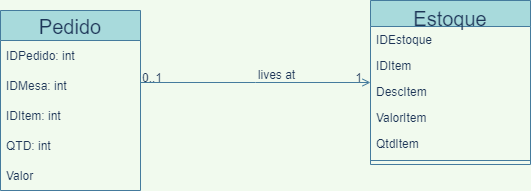
Above: Diagrama de Classe Estoque.drawio.png in hinname/project-Restaurant (draw.io), before the change. Source tidied: cells renumbered, new cells last; positions are measured from the earlier drawing's top-left corner, leaving out a move shared by most shapes.
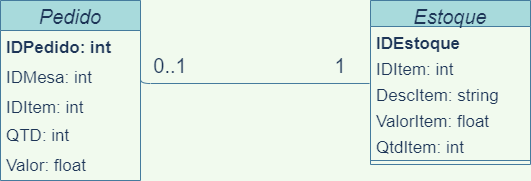
Later version of the same file.

Diff of the diagram source:
```diff
@@ -2,65 +2,57 @@
   <root>
     <mxCell id="0" />
     <mxCell id="1" parent="0" />
-    <mxCell id="2" value="Estoque" style="swimlane;fontStyle=0;align=center;verticalAlign=top;horizontal=1;startSize=26;rounded=0;shadow=0;strokeWidth=1;fontSize=20;fillColor=#A8DADC;strokeColor=#457B9D;fontColor=#1D3557;" parent="1" vertex="1">
-      <mxGeometry x="370" width="160" height="164" as="geometry" />
+    <mxCell id="2" value="Estoque" style="swimlane;fontStyle=2;align=center;verticalAlign=top;horizontal=1;startSize=26;rounded=0;shadow=0;strokeWidth=1;fontSize=20;fillColor=#A8DADC;strokeColor=#457B9D;fontColor=#1D3557;spacingLeft=0;spacingTop=0;spacing=0;" parent="1" vertex="1">
+      <mxGeometry x="370" y="10" width="160" height="164" as="geometry" />
     </mxCell>
-    <mxCell id="3" value="IDEstoque" style="text;align=left;verticalAlign=top;spacingLeft=4;spacingRight=4;overflow=hidden;fontColor=#1D3557;" parent="2" vertex="1">
+    <mxCell id="3" value="IDEstoque" style="text;align=left;verticalAlign=top;spacingLeft=4;spacingRight=4;overflow=hidden;fontColor=#1D3557;fontSize=17;fontStyle=1;" parent="2" vertex="1">
       <mxGeometry y="26" width="160" height="26" as="geometry" />
     </mxCell>
-    <mxCell id="4" value="IDItem" style="text;align=left;verticalAlign=top;spacingLeft=4;spacingRight=4;overflow=hidden;rounded=0;shadow=0;html=0;fontColor=#1D3557;" parent="2" vertex="1">
+    <mxCell id="4" value="IDItem: int" style="text;align=left;verticalAlign=top;spacingLeft=4;spacingRight=4;overflow=hidden;rounded=0;shadow=0;html=0;fontColor=#1D3557;fontSize=17;" parent="2" vertex="1">
       <mxGeometry y="52" width="160" height="26" as="geometry" />
     </mxCell>
-    <mxCell id="5" value="DescItem" style="text;align=left;verticalAlign=top;spacingLeft=4;spacingRight=4;overflow=hidden;points=[[0,0.5],[1,0.5]];portConstraint=eastwest;rounded=0;shadow=0;html=0;fontColor=#1D3557;" parent="2" vertex="1">
+    <mxCell id="5" value="DescItem: string" style="text;align=left;verticalAlign=top;spacingLeft=4;spacingRight=4;overflow=hidden;points=[[0,0.5],[1,0.5]];portConstraint=eastwest;rounded=0;shadow=0;html=0;fontColor=#1D3557;fontSize=17;" parent="2" vertex="1">
       <mxGeometry y="78" width="160" height="26" as="geometry" />
     </mxCell>
-    <mxCell id="6" value="ValorItem" style="text;align=left;verticalAlign=top;spacingLeft=4;spacingRight=4;overflow=hidden;rounded=0;shadow=0;html=0;fontColor=#1D3557;" parent="2" vertex="1">
+    <mxCell id="6" value="ValorItem: float" style="text;align=left;verticalAlign=top;spacingLeft=4;spacingRight=4;overflow=hidden;rounded=0;shadow=0;html=0;fontColor=#1D3557;fontSize=17;" parent="2" vertex="1">
       <mxGeometry y="104" width="160" height="26" as="geometry" />
     </mxCell>
-    <mxCell id="7" value="QtdItem" style="text;align=left;verticalAlign=top;spacingLeft=4;spacingRight=4;overflow=hidden;rounded=0;shadow=0;html=0;fontColor=#1D3557;" parent="2" vertex="1">
+    <mxCell id="7" value="QtdItem: int" style="text;align=left;verticalAlign=top;spacingLeft=4;spacingRight=4;overflow=hidden;rounded=0;shadow=0;html=0;fontColor=#1D3557;fontSize=17;" parent="2" vertex="1">
       <mxGeometry y="130" width="160" height="26" as="geometry" />
     </mxCell>
     <mxCell id="8" style="line;html=1;strokeWidth=1;align=left;verticalAlign=middle;spacingTop=-1;spacingLeft=3;spacingRight=3;labelPosition=right;labelBackgroundColor=#F1FAEE;fillColor=#A8DADC;strokeColor=#457B9D;fontColor=#1D3557;" parent="2" vertex="1">
       <mxGeometry y="156" width="160" height="8" as="geometry" />
     </mxCell>
-    <mxCell id="9" style="endArrow=open;shadow=0;strokeWidth=1;rounded=0;endFill=1;edgeStyle=elbowEdgeStyle;elbow=vertical;labelBackgroundColor=#F1FAEE;strokeColor=#457B9D;fontColor=#1D3557;" parent="1" edge="1" target="2">
-      <mxGeometry x="0.5" y="41" relative="1" as="geometry">
-        <mxPoint x="140" y="82" as="sourcePoint" />
-        <mxPoint x="-40" y="32" as="offset" />
-      </mxGeometry>
-    </mxCell>
-    <mxCell id="10" value="0..1" style="align=left;verticalAlign=bottom;labelBackgroundColor=none;fontSize=12;fillColor=#A8DADC;strokeColor=#457B9D;fontColor=#1D3557;" parent="9" vertex="1">
-      <mxGeometry x="-1" relative="1" as="geometry">
-        <mxPoint y="4" as="offset" />
-      </mxGeometry>
-    </mxCell>
-    <mxCell id="11" value="1" style="align=right;verticalAlign=bottom;labelBackgroundColor=none;fontSize=12;fillColor=#A8DADC;strokeColor=#457B9D;fontColor=#1D3557;" parent="9" vertex="1">
-      <mxGeometry x="1" relative="1" as="geometry">
-        <mxPoint x="-7" y="4" as="offset" />
-      </mxGeometry>
-    </mxCell>
-    <mxCell id="12" value="lives at" style="text;html=1;align=center;verticalAlign=middle;labelBackgroundColor=none;rounded=0;shadow=0;strokeWidth=1;fontSize=12;fontColor=#1D3557;" parent="9" vertex="1">
-      <mxGeometry x="0.5" y="49" relative="1" as="geometry">
-        <mxPoint x="-38" y="40" as="offset" />
-      </mxGeometry>
-    </mxCell>
-    <mxCell id="13" value="Pedido" style="swimlane;fontStyle=0;horizontal=1;startSize=30;fontSize=20;fillColor=#A8DADC;strokeColor=#457B9D;fontColor=#1D3557;" parent="1" vertex="1">
+    <mxCell id="13" value="Pedido" style="swimlane;fontStyle=2;horizontal=1;startSize=30;fontSize=20;fillColor=#A8DADC;strokeColor=#457B9D;fontColor=#1D3557;" parent="1" vertex="1">
       <mxGeometry y="10" width="140" height="180" as="geometry" />
     </mxCell>
-    <mxCell id="14" value="IDPedido: int" style="text;strokeColor=none;fillColor=none;align=left;verticalAlign=middle;spacingLeft=4;spacingRight=4;overflow=hidden;fontColor=#1D3557;" parent="13" vertex="1">
+    <mxCell id="14" value="IDPedido: int" style="text;strokeColor=none;fillColor=none;align=left;verticalAlign=middle;spacingLeft=4;spacingRight=4;overflow=hidden;fontColor=#1D3557;fontStyle=1;fontSize=17;" parent="13" vertex="1">
       <mxGeometry y="30" width="140" height="30" as="geometry" />
     </mxCell>
-    <mxCell id="15" value="IDMesa: int" style="text;strokeColor=none;fillColor=none;align=left;verticalAlign=middle;spacingLeft=4;spacingRight=4;overflow=hidden;points=[[0,0.5],[1,0.5]];portConstraint=eastwest;fontColor=#1D3557;" parent="13" vertex="1">
+    <mxCell id="15" value="IDMesa: int" style="text;strokeColor=none;fillColor=none;align=left;verticalAlign=middle;spacingLeft=4;spacingRight=4;overflow=hidden;points=[[0,0.5],[1,0.5]];portConstraint=eastwest;fontColor=#1D3557;fontSize=17;" parent="13" vertex="1">
       <mxGeometry y="60" width="140" height="30" as="geometry" />
     </mxCell>
-    <mxCell id="16" value="IDItem: int" style="text;strokeColor=none;fillColor=none;align=left;verticalAlign=middle;spacingLeft=4;spacingRight=4;overflow=hidden;fontColor=#1D3557;" parent="13" vertex="1">
+    <mxCell id="16" value="IDItem: int" style="text;strokeColor=none;fillColor=none;align=left;verticalAlign=middle;spacingLeft=4;spacingRight=4;overflow=hidden;fontColor=#1D3557;fontSize=17;" parent="13" vertex="1">
       <mxGeometry y="90" width="140" height="30" as="geometry" />
     </mxCell>
-    <mxCell id="17" value="QTD: int" style="text;html=1;strokeColor=none;fillColor=none;align=left;verticalAlign=middle;rounded=0;fontSize=12;whiteSpace=wrap;spacingLeft=4;fontColor=#1D3557;" parent="13" vertex="1">
+    <mxCell id="17" value="&lt;font style=&quot;font-size: 17px&quot;&gt;QTD: int&lt;/font&gt;" style="text;html=1;strokeColor=none;fillColor=none;align=left;verticalAlign=middle;rounded=0;fontSize=12;whiteSpace=wrap;spacingLeft=4;fontColor=#1D3557;" parent="13" vertex="1">
       <mxGeometry y="120" width="140" height="30" as="geometry" />
     </mxCell>
-    <mxCell id="18" value="Valor" style="text;html=1;strokeColor=none;fillColor=none;align=left;verticalAlign=middle;whiteSpace=wrap;rounded=0;fontSize=12;spacingLeft=4;fontColor=#1D3557;" parent="13" vertex="1">
+    <mxCell id="18" value="&lt;font style=&quot;font-size: 17px&quot;&gt;Valor: float&lt;/font&gt;" style="text;html=1;strokeColor=none;fillColor=none;align=left;verticalAlign=middle;whiteSpace=wrap;rounded=0;fontSize=12;spacingLeft=4;fontColor=#1D3557;" parent="13" vertex="1">
       <mxGeometry y="150" width="140" height="30" as="geometry" />
     </mxCell>
+    <mxCell id="19" style="endArrow=none;html=1;rounded=1;sketch=0;fontColor=#1D3557;strokeColor=#457B9D;fillColor=#A8DADC;edgeStyle=orthogonalEdgeStyle;curved=0;exitX=1;exitY=0.5;exitDx=0;exitDy=0;entryX=-0.006;entryY=0.192;entryDx=0;entryDy=0;entryPerimeter=0;" parent="1" edge="1" source="15" target="5">
+      <mxGeometry relative="1" as="geometry">
+        <Array as="points">
+          <mxPoint x="140" y="93" />
+        </Array>
+      </mxGeometry>
+    </mxCell>
+    <mxCell id="10" value="&lt;font style=&quot;font-size: 20px&quot;&gt;0..1&lt;/font&gt;" style="text;html=1;strokeColor=none;fillColor=none;align=center;verticalAlign=middle;whiteSpace=wrap;rounded=0;sketch=0;fontColor=#1D3557;" parent="1" vertex="1">
+      <mxGeometry x="140" y="60" width="60" height="30" as="geometry" />
+    </mxCell>
+    <mxCell id="11" value="&lt;font style=&quot;font-size: 20px&quot;&gt;1&lt;/font&gt;" style="text;html=1;strokeColor=none;fillColor=none;align=center;verticalAlign=middle;whiteSpace=wrap;rounded=0;sketch=0;fontColor=#1D3557;" parent="1" vertex="1">
+      <mxGeometry x="310" y="60" width="60" height="30" as="geometry" />
+    </mxCell>
   </root>
 </mxGraphModel>
```
